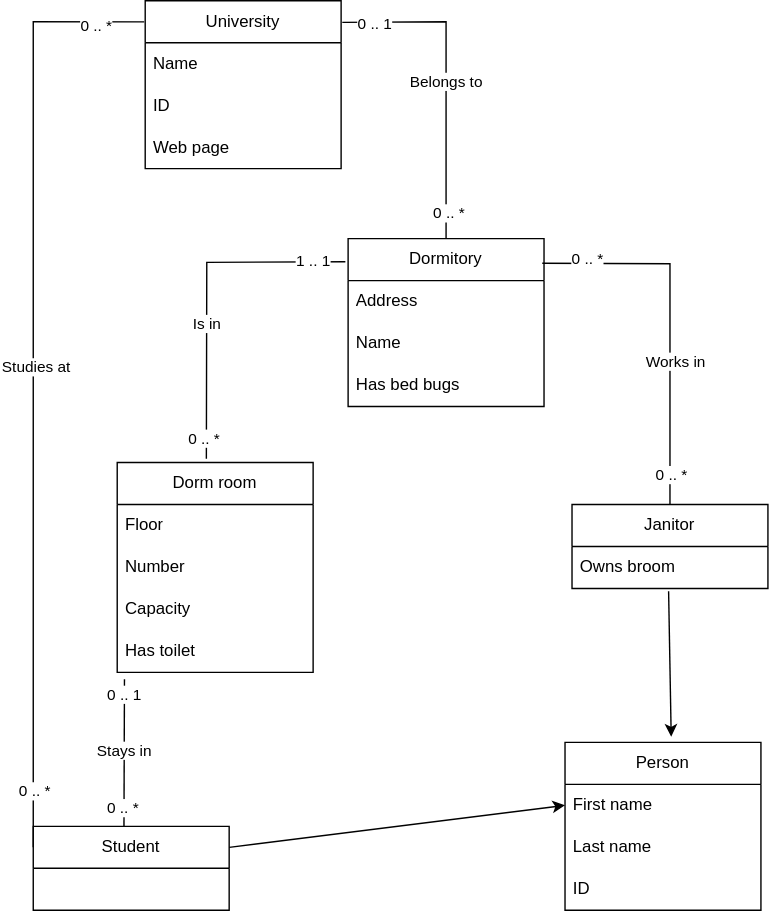
This is HW1/1/domain.svg from OlcorOlcor/DataFormats, a draw.io export, as it was before one commit. Source tidied: cells renumbered, new cells last; positions are measured from the earlier drawing's top-left corner, leaving out a move shared by most shapes. Source of this version:
```xml
<mxGraphModel>
  <root>
    <mxCell id="0" />
    <mxCell id="1" parent="0" />
    <mxCell id="2" value="Dormitory" style="swimlane;fontStyle=0;horizontal=1;startSize=30;whiteSpace=wrap;html=1;" parent="1" vertex="1">
      <mxGeometry x="225" y="170" width="140" height="120" as="geometry" />
    </mxCell>
    <mxCell id="3" value="Address" style="text;strokeColor=none;fillColor=none;align=left;verticalAlign=middle;spacingLeft=4;spacingRight=4;overflow=hidden;whiteSpace=wrap;html=1;" parent="2" vertex="1">
      <mxGeometry y="30" width="140" height="30" as="geometry" />
    </mxCell>
    <mxCell id="4" value="Name" style="text;strokeColor=none;fillColor=none;align=left;verticalAlign=middle;spacingLeft=4;spacingRight=4;overflow=hidden;whiteSpace=wrap;html=1;" parent="2" vertex="1">
      <mxGeometry y="60" width="140" height="30" as="geometry" />
    </mxCell>
    <mxCell id="5" value="Has bed bugs" style="text;strokeColor=none;fillColor=none;align=left;verticalAlign=middle;spacingLeft=4;spacingRight=4;overflow=hidden;whiteSpace=wrap;html=1;" parent="2" vertex="1">
      <mxGeometry y="90" width="140" height="30" as="geometry" />
    </mxCell>
    <mxCell id="6" value="Dorm room" style="swimlane;fontStyle=0;horizontal=1;startSize=30;whiteSpace=wrap;html=1;" parent="1" vertex="1">
      <mxGeometry x="60" y="330" width="140" height="150" as="geometry" />
    </mxCell>
    <mxCell id="7" value="Floor" style="text;strokeColor=none;fillColor=none;align=left;verticalAlign=middle;spacingLeft=4;spacingRight=4;overflow=hidden;whiteSpace=wrap;html=1;" parent="6" vertex="1">
      <mxGeometry y="30" width="140" height="30" as="geometry" />
    </mxCell>
    <mxCell id="8" value="Number" style="text;strokeColor=none;fillColor=none;align=left;verticalAlign=middle;spacingLeft=4;spacingRight=4;overflow=hidden;whiteSpace=wrap;html=1;" parent="6" vertex="1">
      <mxGeometry y="60" width="140" height="30" as="geometry" />
    </mxCell>
    <mxCell id="9" value="Capacity" style="text;strokeColor=none;fillColor=none;align=left;verticalAlign=middle;spacingLeft=4;spacingRight=4;overflow=hidden;whiteSpace=wrap;html=1;" parent="6" vertex="1">
      <mxGeometry y="90" width="140" height="30" as="geometry" />
    </mxCell>
    <mxCell id="10" value="Has toilet" style="text;strokeColor=none;fillColor=none;align=left;verticalAlign=middle;spacingLeft=4;spacingRight=4;overflow=hidden;points=[[0,0.5],[1,0.5]];portConstraint=eastwest;whiteSpace=wrap;html=1;" parent="6" vertex="1">
      <mxGeometry y="120" width="140" height="30" as="geometry" />
    </mxCell>
    <mxCell id="11" value="Person" style="swimlane;fontStyle=0;horizontal=1;startSize=30;whiteSpace=wrap;html=1;" parent="1" vertex="1">
      <mxGeometry x="380" y="530" width="140" height="120" as="geometry" />
    </mxCell>
    <mxCell id="12" value="First name" style="text;strokeColor=none;fillColor=none;align=left;verticalAlign=middle;spacingLeft=4;spacingRight=4;overflow=hidden;points=[[0,0.5],[1,0.5]];portConstraint=eastwest;whiteSpace=wrap;html=1;" parent="11" vertex="1">
      <mxGeometry y="30" width="140" height="30" as="geometry" />
    </mxCell>
    <mxCell id="13" value="Last name" style="text;strokeColor=none;fillColor=none;align=left;verticalAlign=middle;spacingLeft=4;spacingRight=4;overflow=hidden;whiteSpace=wrap;html=1;" parent="11" vertex="1">
      <mxGeometry y="60" width="140" height="30" as="geometry" />
    </mxCell>
    <mxCell id="14" value="ID" style="text;strokeColor=none;fillColor=none;align=left;verticalAlign=middle;spacingLeft=4;spacingRight=4;overflow=hidden;whiteSpace=wrap;html=1;" parent="11" vertex="1">
      <mxGeometry y="90" width="140" height="30" as="geometry" />
    </mxCell>
    <mxCell id="15" value="Student" style="swimlane;fontStyle=0;horizontal=1;startSize=30;whiteSpace=wrap;html=1;" parent="1" vertex="1">
      <mxGeometry y="590" width="140" height="60" as="geometry" />
    </mxCell>
    <mxCell id="16" value="Janitor" style="swimlane;fontStyle=0;horizontal=1;startSize=30;whiteSpace=wrap;html=1;" parent="1" vertex="1">
      <mxGeometry x="385" y="360" width="140" height="60" as="geometry" />
    </mxCell>
    <mxCell id="17" value="Owns broom" style="text;strokeColor=none;fillColor=none;align=left;verticalAlign=middle;spacingLeft=4;spacingRight=4;overflow=hidden;points=[[0,0.5],[1,0.5]];portConstraint=eastwest;whiteSpace=wrap;html=1;" parent="16" vertex="1">
      <mxGeometry y="30" width="140" height="30" as="geometry" />
    </mxCell>
    <mxCell id="18" value="University" style="swimlane;fontStyle=0;horizontal=1;startSize=30;whiteSpace=wrap;html=1;" parent="1" vertex="1">
      <mxGeometry x="80" width="140" height="120" as="geometry" />
    </mxCell>
    <mxCell id="19" value="Name" style="text;strokeColor=none;fillColor=none;align=left;verticalAlign=middle;spacingLeft=4;spacingRight=4;overflow=hidden;whiteSpace=wrap;html=1;" parent="18" vertex="1">
      <mxGeometry y="30" width="140" height="30" as="geometry" />
    </mxCell>
    <mxCell id="20" value="ID" style="text;strokeColor=none;fillColor=none;align=left;verticalAlign=middle;spacingLeft=4;spacingRight=4;overflow=hidden;whiteSpace=wrap;html=1;" parent="18" vertex="1">
      <mxGeometry y="60" width="140" height="30" as="geometry" />
    </mxCell>
    <mxCell id="21" value="Web page" style="text;strokeColor=none;fillColor=none;align=left;verticalAlign=middle;spacingLeft=4;spacingRight=4;overflow=hidden;whiteSpace=wrap;html=1;" parent="18" vertex="1">
      <mxGeometry y="90" width="140" height="30" as="geometry" />
    </mxCell>
    <mxCell id="22" style="endArrow=classic;html=1;rounded=0;entryX=0.542;entryY=-0.034;entryDx=0;entryDy=0;exitX=0.493;exitY=1.067;exitDx=0;exitDy=0;exitPerimeter=0;entryPerimeter=0;" parent="1" edge="1" source="17" target="11">
      <mxGeometry relative="1" as="geometry" />
    </mxCell>
    <mxCell id="23" style="endArrow=classic;html=1;rounded=0;exitX=1;exitY=0.25;exitDx=0;exitDy=0;entryX=0;entryY=0.5;entryDx=0;entryDy=0;" parent="1" edge="1" source="15" target="12">
      <mxGeometry relative="1" as="geometry" />
    </mxCell>
    <mxCell id="24" style="endArrow=none;html=1;rounded=0;exitX=0.991;exitY=0.147;exitDx=0;exitDy=0;entryX=0.5;entryY=0;entryDx=0;entryDy=0;exitPerimeter=0;" parent="1" edge="1" source="2" target="16">
      <mxGeometry relative="1" as="geometry">
        <Array as="points">
          <mxPoint x="455" y="188" />
        </Array>
      </mxGeometry>
    </mxCell>
    <mxCell id="25" value="0 .. *" style="edgeLabel;html=1;align=center;verticalAlign=middle;" parent="24" vertex="1">
      <mxGeometry x="-0.75" y="3" relative="1" as="geometry" />
    </mxCell>
    <mxCell id="26" value="Works in" style="edgeLabel;html=1;align=center;verticalAlign=middle;" parent="24" vertex="1">
      <mxGeometry x="0.22" y="3" relative="1" as="geometry" />
    </mxCell>
    <mxCell id="27" value="0 .. *" style="edgeLabel;html=1;align=center;verticalAlign=middle;" parent="24" vertex="1">
      <mxGeometry x="0.84" relative="1" as="geometry" />
    </mxCell>
    <mxCell id="28" style="endArrow=none;html=1;rounded=0;exitX=-0.014;exitY=0.138;exitDx=0;exitDy=0;exitPerimeter=0;entryX=0.455;entryY=-0.018;entryDx=0;entryDy=0;entryPerimeter=0;" parent="1" edge="1" source="2" target="6">
      <mxGeometry relative="1" as="geometry">
        <Array as="points">
          <mxPoint x="124" y="187" />
        </Array>
      </mxGeometry>
    </mxCell>
    <mxCell id="29" value="Is in" style="edgeLabel;html=1;align=center;verticalAlign=middle;" parent="28" vertex="1">
      <mxGeometry x="0.2" relative="1" as="geometry" />
    </mxCell>
    <mxCell id="30" value="1 .. 1" style="edgeLabel;html=1;align=center;verticalAlign=middle;" parent="28" vertex="1">
      <mxGeometry x="-0.8" y="-1" relative="1" as="geometry" />
    </mxCell>
    <mxCell id="31" value="0 .. *" style="edgeLabel;html=1;align=center;verticalAlign=middle;" parent="28" vertex="1">
      <mxGeometry x="0.88" y="-2" relative="1" as="geometry" />
    </mxCell>
    <mxCell id="32" style="endArrow=none;html=1;rounded=0;exitX=0.5;exitY=0;exitDx=0;exitDy=0;entryX=1.006;entryY=0.129;entryDx=0;entryDy=0;entryPerimeter=0;" parent="1" edge="1" source="2" target="18">
      <mxGeometry relative="1" as="geometry">
        <Array as="points">
          <mxPoint x="295" y="15" />
        </Array>
      </mxGeometry>
    </mxCell>
    <mxCell id="33" value="0 .. 1" style="edgeLabel;html=1;align=center;verticalAlign=middle;" parent="32" vertex="1">
      <mxGeometry x="0.8" y="1" relative="1" as="geometry" />
    </mxCell>
    <mxCell id="34" value="Belongs to" style="edgeLabel;html=1;align=center;verticalAlign=middle;" parent="32" vertex="1">
      <mxGeometry x="-0.01" y="1" relative="1" as="geometry" />
    </mxCell>
    <mxCell id="35" value="0 .. *" style="edgeLabel;html=1;align=center;verticalAlign=middle;" parent="32" vertex="1">
      <mxGeometry x="-0.83" y="-1" relative="1" as="geometry" />
    </mxCell>
    <mxCell id="36" style="endArrow=none;html=1;rounded=0;entryX=0.037;entryY=1.161;entryDx=0;entryDy=0;entryPerimeter=0;exitX=0.463;exitY=-0.001;exitDx=0;exitDy=0;exitPerimeter=0;" parent="1" edge="1" source="15" target="10">
      <mxGeometry relative="1" as="geometry" />
    </mxCell>
    <mxCell id="37" value="Stays in" style="edgeLabel;html=1;align=center;verticalAlign=middle;" parent="36" vertex="1">
      <mxGeometry x="0.03" y="1" relative="1" as="geometry" />
    </mxCell>
    <mxCell id="38" value="0 .. 1" style="edgeLabel;html=1;align=center;verticalAlign=middle;" parent="36" vertex="1">
      <mxGeometry x="0.67" y="1" relative="1" as="geometry">
        <mxPoint y="-6" as="offset" />
      </mxGeometry>
    </mxCell>
    <mxCell id="39" value="0 .. *" style="edgeLabel;html=1;align=center;verticalAlign=middle;" parent="36" vertex="1">
      <mxGeometry x="-0.7" y="1" relative="1" as="geometry">
        <mxPoint y="3" as="offset" />
      </mxGeometry>
    </mxCell>
    <mxCell id="40" style="endArrow=none;html=1;rounded=0;entryX=-0.005;entryY=0.126;entryDx=0;entryDy=0;entryPerimeter=0;exitX=0;exitY=0.25;exitDx=0;exitDy=0;" parent="1" edge="1" source="15" target="18">
      <mxGeometry relative="1" as="geometry">
        <Array as="points">
          <mxPoint y="15" />
        </Array>
      </mxGeometry>
    </mxCell>
    <mxCell id="41" value="Studies at" style="edgeLabel;html=1;align=center;verticalAlign=middle;" parent="40" vertex="1">
      <mxGeometry x="0.03" y="-1" relative="1" as="geometry" />
    </mxCell>
    <mxCell id="42" value="0 .. *" style="edgeLabel;html=1;align=center;verticalAlign=middle;" parent="40" vertex="1">
      <mxGeometry x="0.9" y="-2" relative="1" as="geometry" />
    </mxCell>
    <mxCell id="43" value="0 .. *" style="edgeLabel;html=1;align=center;verticalAlign=middle;" parent="40" vertex="1">
      <mxGeometry x="-0.88" relative="1" as="geometry" />
    </mxCell>
  </root>
</mxGraphModel>
```
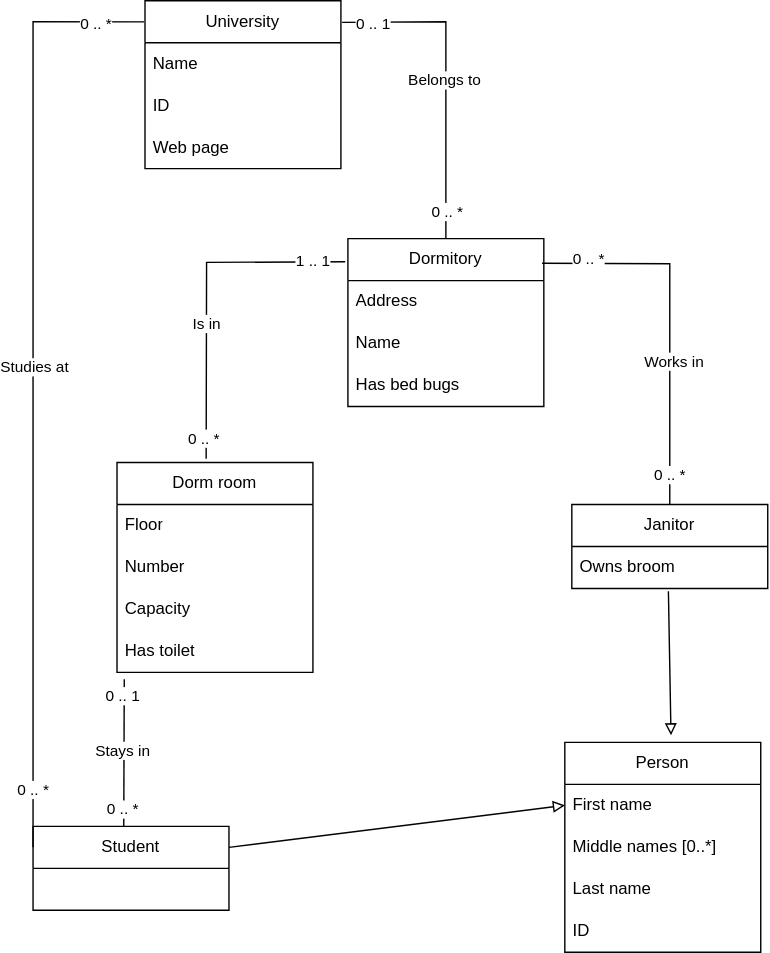
Later version of the same file.

Change to the diagram source:
```diff
@@ -30,16 +30,19 @@
       <mxGeometry y="120" width="140" height="30" as="geometry" />
     </mxCell>
     <mxCell id="11" value="Person" style="swimlane;fontStyle=0;horizontal=1;startSize=30;whiteSpace=wrap;html=1;" parent="1" vertex="1">
-      <mxGeometry x="380" y="530" width="140" height="120" as="geometry" />
+      <mxGeometry x="380" y="530" width="140" height="150" as="geometry" />
     </mxCell>
     <mxCell id="12" value="First name" style="text;strokeColor=none;fillColor=none;align=left;verticalAlign=middle;spacingLeft=4;spacingRight=4;overflow=hidden;points=[[0,0.5],[1,0.5]];portConstraint=eastwest;whiteSpace=wrap;html=1;" parent="11" vertex="1">
       <mxGeometry y="30" width="140" height="30" as="geometry" />
     </mxCell>
+    <mxCell id="44" value="Middle names [0..*]" style="text;strokeColor=none;fillColor=none;align=left;verticalAlign=middle;spacingLeft=4;spacingRight=4;overflow=hidden;whiteSpace=wrap;html=1;" parent="11" vertex="1">
+      <mxGeometry y="60" width="140" height="30" as="geometry" />
+    </mxCell>
     <mxCell id="13" value="Last name" style="text;strokeColor=none;fillColor=none;align=left;verticalAlign=middle;spacingLeft=4;spacingRight=4;overflow=hidden;whiteSpace=wrap;html=1;" parent="11" vertex="1">
-      <mxGeometry y="60" width="140" height="30" as="geometry" />
+      <mxGeometry y="90" width="140" height="30" as="geometry" />
     </mxCell>
     <mxCell id="14" value="ID" style="text;strokeColor=none;fillColor=none;align=left;verticalAlign=middle;spacingLeft=4;spacingRight=4;overflow=hidden;whiteSpace=wrap;html=1;" parent="11" vertex="1">
-      <mxGeometry y="90" width="140" height="30" as="geometry" />
+      <mxGeometry y="120" width="140" height="30" as="geometry" />
     </mxCell>
     <mxCell id="15" value="Student" style="swimlane;fontStyle=0;horizontal=1;startSize=30;whiteSpace=wrap;html=1;" parent="1" vertex="1">
       <mxGeometry y="590" width="140" height="60" as="geometry" />
@@ -62,10 +65,10 @@
     <mxCell id="21" value="Web page" style="text;strokeColor=none;fillColor=none;align=left;verticalAlign=middle;spacingLeft=4;spacingRight=4;overflow=hidden;whiteSpace=wrap;html=1;" parent="18" vertex="1">
       <mxGeometry y="90" width="140" height="30" as="geometry" />
     </mxCell>
-    <mxCell id="22" style="endArrow=classic;html=1;rounded=0;entryX=0.542;entryY=-0.034;entryDx=0;entryDy=0;exitX=0.493;exitY=1.067;exitDx=0;exitDy=0;exitPerimeter=0;entryPerimeter=0;" parent="1" edge="1" source="17" target="11">
+    <mxCell id="22" style="endArrow=block;html=1;rounded=0;entryX=0.542;entryY=-0.034;entryDx=0;entryDy=0;exitX=0.493;exitY=1.067;exitDx=0;exitDy=0;exitPerimeter=0;entryPerimeter=0;endFill=0;" parent="1" edge="1" source="17" target="11">
       <mxGeometry relative="1" as="geometry" />
     </mxCell>
-    <mxCell id="23" style="endArrow=classic;html=1;rounded=0;exitX=1;exitY=0.25;exitDx=0;exitDy=0;entryX=0;entryY=0.5;entryDx=0;entryDy=0;" parent="1" edge="1" source="15" target="12">
+    <mxCell id="23" style="endArrow=block;html=1;rounded=0;exitX=1;exitY=0.25;exitDx=0;exitDy=0;entryX=0;entryY=0.5;entryDx=0;entryDy=0;endFill=0;" parent="1" edge="1" source="15" target="12">
       <mxGeometry relative="1" as="geometry" />
     </mxCell>
     <mxCell id="24" style="endArrow=none;html=1;rounded=0;exitX=0.991;exitY=0.147;exitDx=0;exitDy=0;entryX=0.5;entryY=0;entryDx=0;entryDy=0;exitPerimeter=0;" parent="1" edge="1" source="2" target="16">
```
